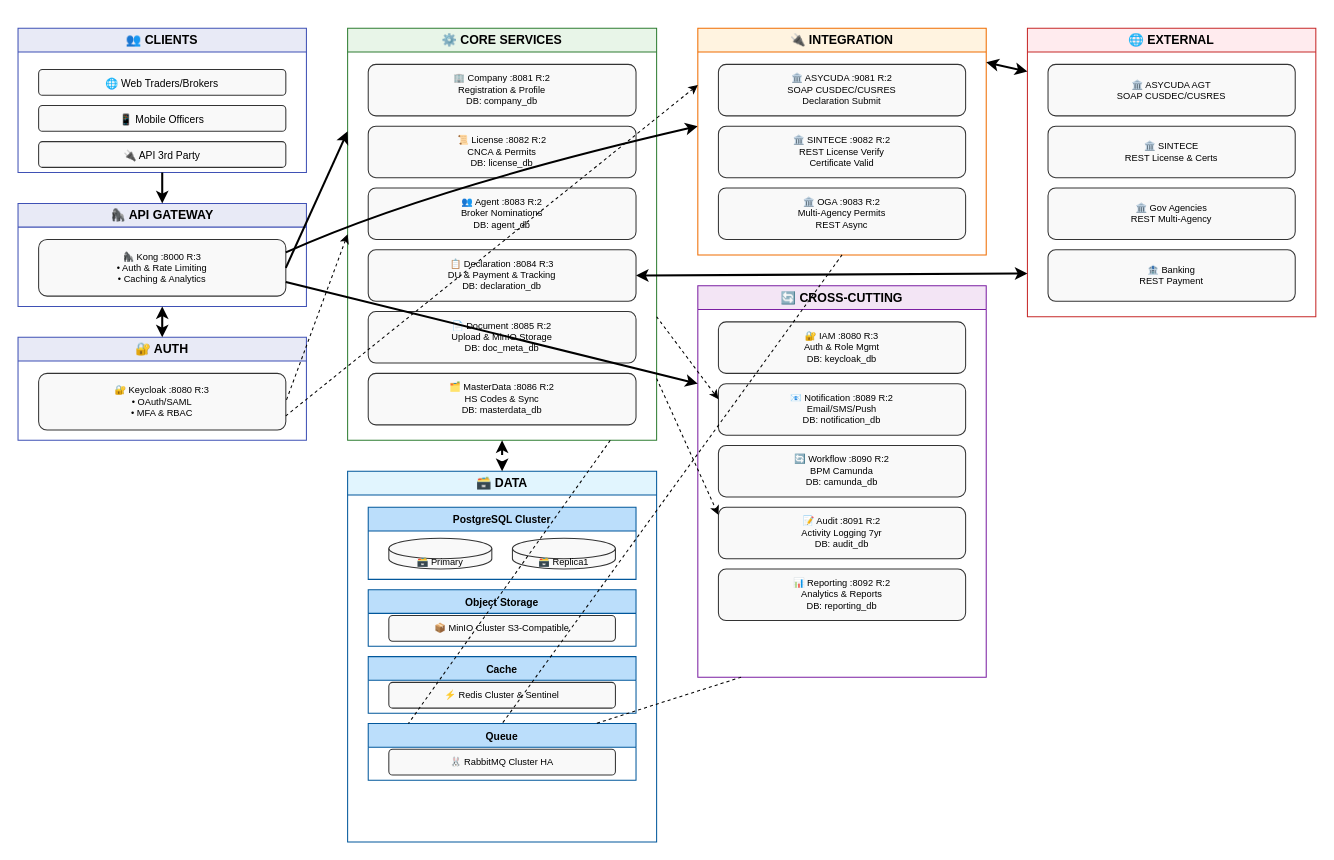
The draw.io diagram drawio/06_Microservices_Architecture.drawio in linoymalakkaran/hld-ango, before the edit. Source tidied: cells renumbered, new cells numbered last; positions are measured from the earlier drawing's top-left corner, leaving out a move shared by most shapes. Both pictures are drawn from the tidied source at 103%, with x=0, y=0 at pixel (18, 28).
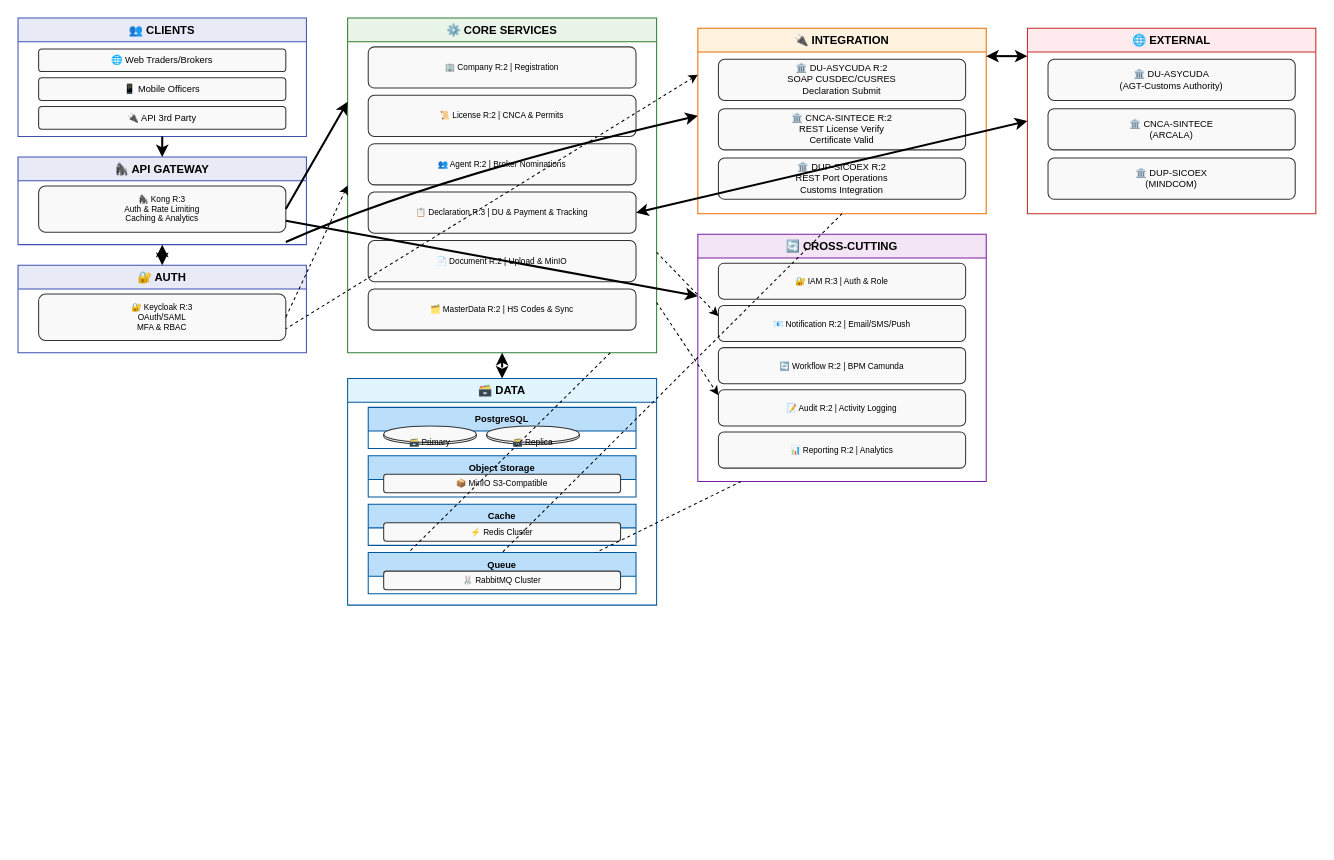
The same page after the edit.

What changed in the source:
```diff
@@
-    <mxCell id="2" value="👥 CLIENTS" style="swimlane;whiteSpace=wrap;html=1;fillColor=#e8eaf6;strokeColor=#3f51b5;fontStyle=1;fontSize=12;" parent="1" vertex="1">
-      <mxGeometry width="280" height="140" as="geometry" />
+    <mxCell id="2" value="👥 CLIENTS" style="swimlane;whiteSpace=wrap;html=1;fillColor=#e8eaf6;strokeColor=#3f51b5;fontStyle=1;fontSize=11;" parent="1" vertex="1">
+      <mxGeometry y="-10" width="280" height="115" as="geometry" />
     </mxCell>
-    <mxCell id="3" value="🌐 Web Traders/Brokers" style="rounded=1;whiteSpace=wrap;html=1;fillColor=#f9f9f9;strokeColor=#333;fontSize=10;" parent="2" vertex="1">
-      <mxGeometry x="20" y="40" width="240" height="25" as="geometry" />
+    <mxCell id="3" value="🌐 Web Traders/Brokers" style="rounded=1;whiteSpace=wrap;html=1;fillColor=#f9f9f9;strokeColor=#333;fontSize=9;" parent="2" vertex="1">
+      <mxGeometry x="20" y="30" width="240" height="22" as="geometry" />
     </mxCell>
-    <mxCell id="4" value="📱 Mobile Officers" style="rounded=1;whiteSpace=wrap;html=1;fillColor=#f9f9f9;strokeColor=#333;fontSize=10;" parent="2" vertex="1">
-      <mxGeometry x="20" y="75" width="240" height="25" as="geometry" />
+    <mxCell id="4" value="📱 Mobile Officers" style="rounded=1;whiteSpace=wrap;html=1;fillColor=#f9f9f9;strokeColor=#333;fontSize=9;" parent="2" vertex="1">
+      <mxGeometry x="20" y="58" width="240" height="22" as="geometry" />
     </mxCell>
-    <mxCell id="5" value="🔌 API 3rd Party" style="rounded=1;whiteSpace=wrap;html=1;fillColor=#f9f9f9;strokeColor=#333;fontSize=10;" parent="2" vertex="1">
-      <mxGeometry x="20" y="110" width="240" height="25" as="geometry" />
+    <mxCell id="5" value="🔌 API 3rd Party" style="rounded=1;whiteSpace=wrap;html=1;fillColor=#f9f9f9;strokeColor=#333;fontSize=9;" parent="2" vertex="1">
+      <mxGeometry x="20" y="86" width="240" height="22" as="geometry" />
     </mxCell>
-    <mxCell id="6" value="🦍 API GATEWAY" style="swimlane;whiteSpace=wrap;html=1;fillColor=#e8eaf6;strokeColor=#3f51b5;fontStyle=1;fontSize=12;" parent="1" vertex="1">
-      <mxGeometry y="170" width="280" height="100" as="geometry" />
+    <mxCell id="6" value="🦍 API GATEWAY" style="swimlane;whiteSpace=wrap;html=1;fillColor=#e8eaf6;strokeColor=#3f51b5;fontStyle=1;fontSize=11;" parent="1" vertex="1">
+      <mxGeometry y="125" width="280" height="85" as="geometry" />
     </mxCell>
-    <mxCell id="7" value="🦍 Kong :8000 R:3&lt;br&gt;• Auth &amp;amp; Rate Limiting&lt;br&gt;• Caching &amp;amp; Analytics" style="rounded=1;whiteSpace=wrap;html=1;fillColor=#f9f9f9;strokeColor=#333;fontSize=9;align=center;" parent="6" vertex="1">
-      <mxGeometry x="20" y="35" width="240" height="55" as="geometry" />
+    <mxCell id="7" value="🦍 Kong R:3&lt;br&gt;Auth &amp;amp; Rate Limiting&lt;br&gt;Caching &amp;amp; Analytics" style="rounded=1;whiteSpace=wrap;html=1;fillColor=#f9f9f9;strokeColor=#333;fontSize=8;align=center;" parent="6" vertex="1">
+      <mxGeometry x="20" y="28" width="240" height="45" as="geometry" />
     </mxCell>
-    <mxCell id="8" value="🔐 AUTH" style="swimlane;whiteSpace=wrap;html=1;fillColor=#e8eaf6;strokeColor=#3f51b5;fontStyle=1;fontSize=12;" parent="1" vertex="1">
-      <mxGeometry y="300" width="280" height="100" as="geometry" />
+    <mxCell id="8" value="🔐 AUTH" style="swimlane;whiteSpace=wrap;html=1;fillColor=#e8eaf6;strokeColor=#3f51b5;fontStyle=1;fontSize=11;" parent="1" vertex="1">
+      <mxGeometry y="230" width="280" height="85" as="geometry" />
     </mxCell>
-    <mxCell id="9" value="🔐 Keycloak :8080 R:3&lt;br&gt;• OAuth/SAML&lt;br&gt;• MFA &amp;amp; RBAC" style="rounded=1;whiteSpace=wrap;html=1;fillColor=#f9f9f9;strokeColor=#333;fontSize=9;align=center;" parent="8" vertex="1">
-      <mxGeometry x="20" y="35" width="240" height="55" as="geometry" />
+    <mxCell id="9" value="🔐 Keycloak R:3&lt;br&gt;OAuth/SAML&lt;br&gt;MFA &amp;amp; RBAC" style="rounded=1;whiteSpace=wrap;html=1;fillColor=#f9f9f9;strokeColor=#333;fontSize=8;align=center;" parent="8" vertex="1">
+      <mxGeometry x="20" y="28" width="240" height="45" as="geometry" />
     </mxCell>
-    <mxCell id="10" value="⚙️ CORE SERVICES" style="swimlane;whiteSpace=wrap;html=1;fillColor=#e8f5e8;strokeColor=#2e7d32;fontStyle=1;fontSize=12;" parent="1" vertex="1">
-      <mxGeometry x="320" width="300" height="400" as="geometry" />
+    <mxCell id="10" value="⚙️ CORE SERVICES" style="swimlane;whiteSpace=wrap;html=1;fillColor=#e8f5e8;strokeColor=#2e7d32;fontStyle=1;fontSize=11;" parent="1" vertex="1">
+      <mxGeometry x="320" y="-10" width="300" height="325" as="geometry" />
     </mxCell>
-    <mxCell id="11" value="🏢 Company :8081 R:2&lt;br&gt;Registration &amp;amp; Profile&lt;br&gt;DB: company_db" style="rounded=1;whiteSpace=wrap;html=1;fillColor=#f9f9f9;strokeColor=#333;fontSize=9;align=center;" parent="10" vertex="1">
-      <mxGeometry x="20" y="35" width="260" height="50" as="geometry" />
+    <mxCell id="11" value="🏢 Company R:2 | Registration" style="rounded=1;whiteSpace=wrap;html=1;fillColor=#f9f9f9;strokeColor=#333;fontSize=8;align=center;" parent="10" vertex="1">
+      <mxGeometry x="20" y="28" width="260" height="40" as="geometry" />
     </mxCell>
-    <mxCell id="12" value="📜 License :8082 R:2&lt;br&gt;CNCA &amp;amp; Permits&lt;br&gt;DB: license_db" style="rounded=1;whiteSpace=wrap;html=1;fillColor=#f9f9f9;strokeColor=#333;fontSize=9;align=center;" parent="10" vertex="1">
-      <mxGeometry x="20" y="95" width="260" height="50" as="geometry" />
+    <mxCell id="12" value="📜 License R:2 | CNCA &amp;amp; Permits" style="rounded=1;whiteSpace=wrap;html=1;fillColor=#f9f9f9;strokeColor=#333;fontSize=8;align=center;" parent="10" vertex="1">
+      <mxGeometry x="20" y="75" width="260" height="40" as="geometry" />
     </mxCell>
-    <mxCell id="13" value="👥 Agent :8083 R:2&lt;br&gt;Broker Nominations&lt;br&gt;DB: agent_db" style="rounded=1;whiteSpace=wrap;html=1;fillColor=#f9f9f9;strokeColor=#333;fontSize=9;align=center;" parent="10" vertex="1">
-      <mxGeometry x="20" y="155" width="260" height="50" as="geometry" />
+    <mxCell id="13" value="👥 Agent R:2 | Broker Nominations" style="rounded=1;whiteSpace=wrap;html=1;fillColor=#f9f9f9;strokeColor=#333;fontSize=8;align=center;" parent="10" vertex="1">
+      <mxGeometry x="20" y="122" width="260" height="40" as="geometry" />
     </mxCell>
-    <mxCell id="14" value="📋 Declaration :8084 R:3&lt;br&gt;DU &amp;amp; Payment &amp;amp; Tracking&lt;br&gt;DB: declaration_db" style="rounded=1;whiteSpace=wrap;html=1;fillColor=#f9f9f9;strokeColor=#333;fontSize=9;align=center;" parent="10" vertex="1">
-      <mxGeometry x="20" y="215" width="260" height="50" as="geometry" />
+    <mxCell id="14" value="📋 Declaration R:3 | DU &amp;amp; Payment &amp;amp; Tracking" style="rounded=1;whiteSpace=wrap;html=1;fillColor=#f9f9f9;strokeColor=#333;fontSize=8;align=center;" parent="10" vertex="1">
+      <mxGeometry x="20" y="169" width="260" height="40" as="geometry" />
     </mxCell>
-    <mxCell id="15" value="📄 Document :8085 R:2&lt;br&gt;Upload &amp;amp; MinIO Storage&lt;br&gt;DB: doc_meta_db" style="rounded=1;whiteSpace=wrap;html=1;fillColor=#f9f9f9;strokeColor=#333;fontSize=9;align=center;" parent="10" vertex="1">
-      <mxGeometry x="20" y="275" width="260" height="50" as="geometry" />
+    <mxCell id="15" value="📄 Document R:2 | Upload &amp;amp; MinIO" style="rounded=1;whiteSpace=wrap;html=1;fillColor=#f9f9f9;strokeColor=#333;fontSize=8;align=center;" parent="10" vertex="1">
+      <mxGeometry x="20" y="216" width="260" height="40" as="geometry" />
     </mxCell>
-    <mxCell id="16" value="🗂️ MasterData :8086 R:2&lt;br&gt;HS Codes &amp;amp; Sync&lt;br&gt;DB: masterdata_db" style="rounded=1;whiteSpace=wrap;html=1;fillColor=#f9f9f9;strokeColor=#333;fontSize=9;align=center;" parent="10" vertex="1">
-      <mxGeometry x="20" y="335" width="260" height="50" as="geometry" />
+    <mxCell id="16" value="🗂️ MasterData R:2 | HS Codes &amp;amp; Sync" style="rounded=1;whiteSpace=wrap;html=1;fillColor=#f9f9f9;strokeColor=#333;fontSize=8;align=center;" parent="10" vertex="1">
+      <mxGeometry x="20" y="263" width="260" height="40" as="geometry" />
     </mxCell>
@@
-    <mxCell id="18" value="🔌 INTEGRATION" style="swimlane;whiteSpace=wrap;html=1;fillColor=#fff3e0;strokeColor=#ef6c00;fontStyle=1;fontSize=12;" parent="1" vertex="1">
-      <mxGeometry x="660" width="280" height="220" as="geometry" />
+    <mxCell id="18" value="🔌 INTEGRATION" style="swimlane;whiteSpace=wrap;html=1;fillColor=#fff3e0;strokeColor=#ef6c00;fontStyle=1;fontSize=11;" parent="1" vertex="1">
+      <mxGeometry x="660" width="280" height="180" as="geometry" />
     </mxCell>
-    <mxCell id="19" value="🏛️ ASYCUDA :9081 R:2&lt;br&gt;SOAP CUSDEC/CUSRES&lt;br&gt;Declaration Submit" style="rounded=1;whiteSpace=wrap;html=1;fillColor=#f9f9f9;strokeColor=#333;fontSize=9;align=center;" parent="18" vertex="1">
-      <mxGeometry x="20" y="35" width="240" height="50" as="geometry" />
+    <mxCell id="19" value="🏛️ DU-ASYCUDA R:2&lt;br&gt;SOAP CUSDEC/CUSRES&lt;br&gt;Declaration Submit" style="rounded=1;whiteSpace=wrap;html=1;fillColor=#f9f9f9;strokeColor=#333;fontSize=9;align=center;" parent="18" vertex="1">
+      <mxGeometry x="20" y="30" width="240" height="40" as="geometry" />
     </mxCell>
-    <mxCell id="20" value="🏛️ SINTECE :9082 R:2&lt;br&gt;REST License Verify&lt;br&gt;Certificate Valid" style="rounded=1;whiteSpace=wrap;html=1;fillColor=#f9f9f9;strokeColor=#333;fontSize=9;align=center;" parent="18" vertex="1">
-      <mxGeometry x="20" y="95" width="240" height="50" as="geometry" />
+    <mxCell id="20" value="🏛️ CNCA-SINTECE R:2&lt;br&gt;REST License Verify&lt;br&gt;Certificate Valid" style="rounded=1;whiteSpace=wrap;html=1;fillColor=#f9f9f9;strokeColor=#333;fontSize=9;align=center;" parent="18" vertex="1">
+      <mxGeometry x="20" y="78" width="240" height="40" as="geometry" />
     </mxCell>
-    <mxCell id="21" value="🏛️ OGA :9083 R:2&lt;br&gt;Multi-Agency Permits&lt;br&gt;REST Async" style="rounded=1;whiteSpace=wrap;html=1;fillColor=#f9f9f9;strokeColor=#333;fontSize=9;align=center;" parent="18" vertex="1">
-      <mxGeometry x="20" y="155" width="240" height="50" as="geometry" />
-    </mxCell>
+    <mxCell id="57" value="🏛️ DUP-SICOEX R:2&lt;br&gt;REST Port Operations&lt;br&gt;Customs Integration" style="rounded=1;whiteSpace=wrap;html=1;fillColor=#f9f9f9;strokeColor=#333;fontSize=9;align=center;" parent="18" vertex="1">
+      <mxGeometry x="20" y="126" width="240" height="40" as="geometry" />
+    </mxCell>
-    <mxCell id="22" value="🔄 CROSS-CUTTING" style="swimlane;whiteSpace=wrap;html=1;fillColor=#f3e5f5;strokeColor=#7b1fa2;fontStyle=1;fontSize=12;" parent="1" vertex="1">
-      <mxGeometry x="660" y="250" width="280" height="380" as="geometry" />
+    <mxCell id="22" value="🔄 CROSS-CUTTING" style="swimlane;whiteSpace=wrap;html=1;fillColor=#f3e5f5;strokeColor=#7b1fa2;fontStyle=1;fontSize=11;" parent="1" vertex="1">
+      <mxGeometry x="660" y="200" width="280" height="240" as="geometry" />
     </mxCell>
-    <mxCell id="23" value="🔐 IAM :8080 R:3&lt;br&gt;Auth &amp;amp; Role Mgmt&lt;br&gt;DB: keycloak_db" style="rounded=1;whiteSpace=wrap;html=1;fillColor=#f9f9f9;strokeColor=#333;fontSize=9;align=center;" parent="22" vertex="1">
-      <mxGeometry x="20" y="35" width="240" height="50" as="geometry" />
+    <mxCell id="23" value="🔐 IAM R:3 | Auth &amp;amp; Role" style="rounded=1;whiteSpace=wrap;html=1;fillColor=#f9f9f9;strokeColor=#333;fontSize=8;align=center;" parent="22" vertex="1">
+      <mxGeometry x="20" y="28" width="240" height="35" as="geometry" />
     </mxCell>
-    <mxCell id="24" value="📧 Notification :8089 R:2&lt;br&gt;Email/SMS/Push&lt;br&gt;DB: notification_db" style="rounded=1;whiteSpace=wrap;html=1;fillColor=#f9f9f9;strokeColor=#333;fontSize=9;align=center;" parent="22" vertex="1">
-      <mxGeometry x="20" y="95" width="240" height="50" as="geometry" />
+    <mxCell id="24" value="📧 Notification R:2 | Email/SMS/Push" style="rounded=1;whiteSpace=wrap;html=1;fillColor=#f9f9f9;strokeColor=#333;fontSize=8;align=center;" parent="22" vertex="1">
+      <mxGeometry x="20" y="69" width="240" height="35" as="geometry" />
     </mxCell>
-    <mxCell id="25" value="🔄 Workflow :8090 R:2&lt;br&gt;BPM Camunda&lt;br&gt;DB: camunda_db" style="rounded=1;whiteSpace=wrap;html=1;fillColor=#f9f9f9;strokeColor=#333;fontSize=9;align=center;" parent="22" vertex="1">
-      <mxGeometry x="20" y="155" width="240" height="50" as="geometry" />
+    <mxCell id="25" value="🔄 Workflow R:2 | BPM Camunda" style="rounded=1;whiteSpace=wrap;html=1;fillColor=#f9f9f9;strokeColor=#333;fontSize=8;align=center;" parent="22" vertex="1">
+      <mxGeometry x="20" y="110" width="240" height="35" as="geometry" />
     </mxCell>
-    <mxCell id="26" value="📝 Audit :8091 R:2&lt;br&gt;Activity Logging 7yr&lt;br&gt;DB: audit_db" style="rounded=1;whiteSpace=wrap;html=1;fillColor=#f9f9f9;strokeColor=#333;fontSize=9;align=center;" parent="22" vertex="1">
-      <mxGeometry x="20" y="215" width="240" height="50" as="geometry" />
+    <mxCell id="26" value="📝 Audit R:2 | Activity Logging" style="rounded=1;whiteSpace=wrap;html=1;fillColor=#f9f9f9;strokeColor=#333;fontSize=8;align=center;" parent="22" vertex="1">
+      <mxGeometry x="20" y="151" width="240" height="35" as="geometry" />
     </mxCell>
-    <mxCell id="27" value="📊 Reporting :8092 R:2&lt;br&gt;Analytics &amp;amp; Reports&lt;br&gt;DB: reporting_db" style="rounded=1;whiteSpace=wrap;html=1;fillColor=#f9f9f9;strokeColor=#333;fontSize=9;align=center;" parent="22" vertex="1">
-      <mxGeometry x="20" y="275" width="240" height="50" as="geometry" />
+    <mxCell id="27" value="📊 Reporting R:2 | Analytics" style="rounded=1;whiteSpace=wrap;html=1;fillColor=#f9f9f9;strokeColor=#333;fontSize=8;align=center;" parent="22" vertex="1">
+      <mxGeometry x="20" y="192" width="240" height="35" as="geometry" />
     </mxCell>
-    <mxCell id="28" value="🗃️ DATA" style="swimlane;whiteSpace=wrap;html=1;fillColor=#e1f5fe;strokeColor=#01579b;fontStyle=1;fontSize=12;" parent="1" vertex="1">
-      <mxGeometry x="320" y="430" width="300" height="360" as="geometry" />
+    <mxCell id="28" value="🗃️ DATA" style="swimlane;whiteSpace=wrap;html=1;fillColor=#e1f5fe;strokeColor=#01579b;fontStyle=1;fontSize=11;" parent="1" vertex="1">
+      <mxGeometry x="320" y="340" width="300" height="220" as="geometry" />
     </mxCell>
-    <mxCell id="29" value="PostgreSQL Cluster" style="swimlane;whiteSpace=wrap;html=1;fillColor=#bbdefb;strokeColor=#01579b;fontSize=10;" parent="28" vertex="1">
-      <mxGeometry x="20" y="35" width="260" height="70" as="geometry" />
+    <mxCell id="29" value="PostgreSQL" style="swimlane;whiteSpace=wrap;html=1;fillColor=#bbdefb;strokeColor=#01579b;fontSize=9;" parent="28" vertex="1">
+      <mxGeometry x="20" y="28" width="260" height="40" as="geometry" />
     </mxCell>
-    <mxCell id="30" value="🗃️ Primary" style="shape=cylinder3;whiteSpace=wrap;html=1;boundedLbl=1;backgroundOutline=1;size=10;fillColor=#f9f9f9;strokeColor=#333;fontSize=9;" parent="29" vertex="1">
-      <mxGeometry x="20" y="30" width="100" height="30" as="geometry" />
+    <mxCell id="30" value="🗃️ Primary" style="shape=cylinder3;whiteSpace=wrap;html=1;boundedLbl=1;backgroundOutline=1;size=8;fillColor=#f9f9f9;strokeColor=#333;fontSize=8;" parent="29" vertex="1">
+      <mxGeometry x="15" y="18" width="90" height="18" as="geometry" />
     </mxCell>
-    <mxCell id="31" value="🗃️ Replica1" style="shape=cylinder3;whiteSpace=wrap;html=1;boundedLbl=1;backgroundOutline=1;size=10;fillColor=#f9f9f9;strokeColor=#333;fontSize=9;" parent="29" vertex="1">
-      <mxGeometry x="140" y="30" width="100" height="30" as="geometry" />
+    <mxCell id="31" value="🗃️ Replica" style="shape=cylinder3;whiteSpace=wrap;html=1;boundedLbl=1;backgroundOutline=1;size=8;fillColor=#f9f9f9;strokeColor=#333;fontSize=8;" parent="29" vertex="1">
+      <mxGeometry x="115" y="18" width="90" height="18" as="geometry" />
     </mxCell>
-    <mxCell id="32" value="Object Storage" style="swimlane;whiteSpace=wrap;html=1;fillColor=#bbdefb;strokeColor=#01579b;fontSize=10;" parent="28" vertex="1">
-      <mxGeometry x="20" y="115" width="260" height="55" as="geometry" />
+    <mxCell id="32" value="Object Storage" style="swimlane;whiteSpace=wrap;html=1;fillColor=#bbdefb;strokeColor=#01579b;fontSize=9;" parent="28" vertex="1">
+      <mxGeometry x="20" y="75" width="260" height="40" as="geometry" />
     </mxCell>
-    <mxCell id="33" value="📦 MinIO Cluster S3-Compatible" style="rounded=1;whiteSpace=wrap;html=1;fillColor=#f9f9f9;strokeColor=#333;fontSize=9;" parent="32" vertex="1">
-      <mxGeometry x="20" y="25" width="220" height="25" as="geometry" />
+    <mxCell id="33" value="📦 MinIO S3-Compatible" style="rounded=1;whiteSpace=wrap;html=1;fillColor=#f9f9f9;strokeColor=#333;fontSize=8;" parent="32" vertex="1">
+      <mxGeometry x="15" y="18" width="230" height="18" as="geometry" />
     </mxCell>
-    <mxCell id="34" value="Cache" style="swimlane;whiteSpace=wrap;html=1;fillColor=#bbdefb;strokeColor=#01579b;fontSize=10;" parent="28" vertex="1">
-      <mxGeometry x="20" y="180" width="260" height="55" as="geometry" />
+    <mxCell id="34" value="Cache" style="swimlane;whiteSpace=wrap;html=1;fillColor=#bbdefb;strokeColor=#01579b;fontSize=9;" parent="28" vertex="1">
+      <mxGeometry x="20" y="122" width="260" height="40" as="geometry" />
     </mxCell>
-    <mxCell id="35" value="⚡ Redis Cluster &amp; Sentinel" style="rounded=1;whiteSpace=wrap;html=1;fillColor=#f9f9f9;strokeColor=#333;fontSize=9;" parent="34" vertex="1">
-      <mxGeometry x="20" y="25" width="220" height="25" as="geometry" />
+    <mxCell id="35" value="⚡ Redis Cluster" style="rounded=1;whiteSpace=wrap;html=1;fillColor=#f9f9f9;strokeColor=#333;fontSize=8;" parent="34" vertex="1">
+      <mxGeometry x="15" y="18" width="230" height="18" as="geometry" />
     </mxCell>
-    <mxCell id="36" value="Queue" style="swimlane;whiteSpace=wrap;html=1;fillColor=#bbdefb;strokeColor=#01579b;fontSize=10;" parent="28" vertex="1">
-      <mxGeometry x="20" y="245" width="260" height="55" as="geometry" />
+    <mxCell id="36" value="Queue" style="swimlane;whiteSpace=wrap;html=1;fillColor=#bbdefb;strokeColor=#01579b;fontSize=9;" parent="28" vertex="1">
+      <mxGeometry x="20" y="169" width="260" height="40" as="geometry" />
     </mxCell>
-    <mxCell id="37" value="🐰 RabbitMQ Cluster HA" style="rounded=1;whiteSpace=wrap;html=1;fillColor=#f9f9f9;strokeColor=#333;fontSize=9;" parent="36" vertex="1">
-      <mxGeometry x="20" y="25" width="220" height="25" as="geometry" />
+    <mxCell id="37" value="🐰 RabbitMQ Cluster" style="rounded=1;whiteSpace=wrap;html=1;fillColor=#f9f9f9;strokeColor=#333;fontSize=8;" parent="36" vertex="1">
+      <mxGeometry x="15" y="18" width="230" height="18" as="geometry" />
     </mxCell>
-    <mxCell id="38" value="🌐 EXTERNAL" style="swimlane;whiteSpace=wrap;html=1;fillColor=#ffebee;strokeColor=#c62828;fontStyle=1;fontSize=12;" parent="1" vertex="1">
-      <mxGeometry x="980" width="280" height="280" as="geometry" />
+    <mxCell id="38" value="🌐 EXTERNAL" style="swimlane;whiteSpace=wrap;html=1;fillColor=#ffebee;strokeColor=#c62828;fontStyle=1;fontSize=11;" parent="1" vertex="1">
+      <mxGeometry x="980" width="280" height="180" as="geometry" />
     </mxCell>
-    <mxCell id="39" value="🏛️ ASYCUDA AGT&lt;br&gt;SOAP CUSDEC/CUSRES" style="rounded=1;whiteSpace=wrap;html=1;fillColor=#f9f9f9;strokeColor=#333;fontSize=9;align=center;" parent="38" vertex="1">
-      <mxGeometry x="20" y="35" width="240" height="50" as="geometry" />
+    <mxCell id="39" value="🏛️ DU-ASYCUDA&lt;br&gt;(AGT-Customs Authority)" style="rounded=1;whiteSpace=wrap;html=1;fillColor=#f9f9f9;strokeColor=#333;fontSize=9;align=center;" parent="38" vertex="1">
+      <mxGeometry x="20" y="30" width="240" height="40" as="geometry" />
     </mxCell>
-    <mxCell id="40" value="🏛️ SINTECE&lt;br&gt;REST License &amp;amp; Certs" style="rounded=1;whiteSpace=wrap;html=1;fillColor=#f9f9f9;strokeColor=#333;fontSize=9;align=center;" parent="38" vertex="1">
-      <mxGeometry x="20" y="95" width="240" height="50" as="geometry" />
+    <mxCell id="40" value="🏛️ CNCA-SINTECE&lt;br&gt;(ARCALA)" style="rounded=1;whiteSpace=wrap;html=1;fillColor=#f9f9f9;strokeColor=#333;fontSize=9;align=center;" parent="38" vertex="1">
+      <mxGeometry x="20" y="78" width="240" height="40" as="geometry" />
     </mxCell>
-    <mxCell id="41" value="🏛️ Gov Agencies&lt;br&gt;REST Multi-Agency" style="rounded=1;whiteSpace=wrap;html=1;fillColor=#f9f9f9;strokeColor=#333;fontSize=9;align=center;" parent="38" vertex="1">
-      <mxGeometry x="20" y="155" width="240" height="50" as="geometry" />
-    </mxCell>
-    <mxCell id="42" value="🏦 Banking&lt;br&gt;REST Payment" style="rounded=1;whiteSpace=wrap;html=1;fillColor=#f9f9f9;strokeColor=#333;fontSize=9;align=center;" parent="38" vertex="1">
-      <mxGeometry x="20" y="215" width="240" height="50" as="geometry" />
-    </mxCell>
+    <mxCell id="58" value="🏛️ DUP-SICOEX&lt;br&gt;(MINDCOM)" style="rounded=1;whiteSpace=wrap;html=1;fillColor=#f9f9f9;strokeColor=#333;fontSize=9;align=center;" parent="38" vertex="1">
+      <mxGeometry x="20" y="126" width="240" height="40" as="geometry" />
+    </mxCell>
@@
-    <mxCell id="49" style="endArrow=classic;startArrow=classic;html=1;exitX=1;exitY=0.5;entryX=0;entryY=0.85;strokeWidth=2;curved=1;" parent="1" edge="1" source="14" target="38">
+    <mxCell id="49" style="endArrow=classic;startArrow=classic;html=1;exitX=1;exitY=0.5;entryX=0;entryY=0.5;strokeWidth=2;curved=1;" parent="1" edge="1" source="14" target="38">
       <mxGeometry relative="1" as="geometry" />
     </mxCell>
```
